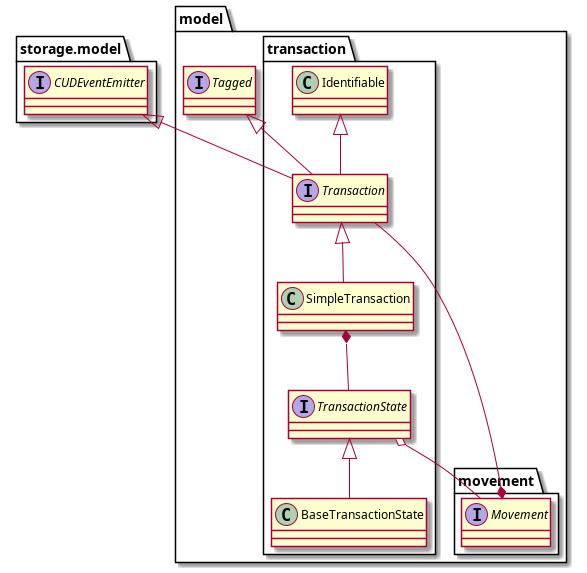
The PlantUML diagram model_transaction.png in ilkosta/jbudgetimages, before a commit. The source it was exported from:
```plantuml
@startuml ../src/main/java/it/unicam/cs/pa/jbudget101101/doc-files/model_transaction.png

package storage.model {
interface CUDEventEmitter
}

package model {
    interface Tagged

package movement {
    Interface Movement
}

    package transaction {

        interface Transaction

        interface TransactionState

        Tagged <|-- Transaction
        Identifiable <|-- Transaction
        CUDEventEmitter <|-- Transaction

        Transaction <|-- SimpleTransaction

        TransactionState <|-- BaseTransactionState

        Movement *-- Transaction
        SimpleTransaction *-- TransactionState
        TransactionState o-- Movement
    }
}
@enduml
```
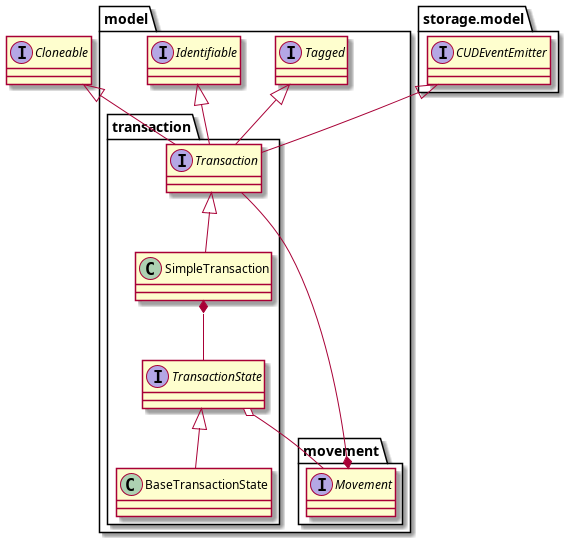
Above is the later version.

Change to the diagram source:
```diff
@@ -4,8 +4,11 @@
 interface CUDEventEmitter
 }
 
+interface Cloneable
+
 package model {
     interface Tagged
+    interface Identifiable
 
 package movement {
     Interface Movement
@@ -17,9 +20,10 @@
 
         interface TransactionState
 
-        Tagged <|-- Transaction
-        Identifiable <|-- Transaction
+        Tagged          <|-- Transaction
+        Identifiable    <|-- Transaction
         CUDEventEmitter <|-- Transaction
+        Cloneable       <|-- Transaction
 
         Transaction <|-- SimpleTransaction
 
```
